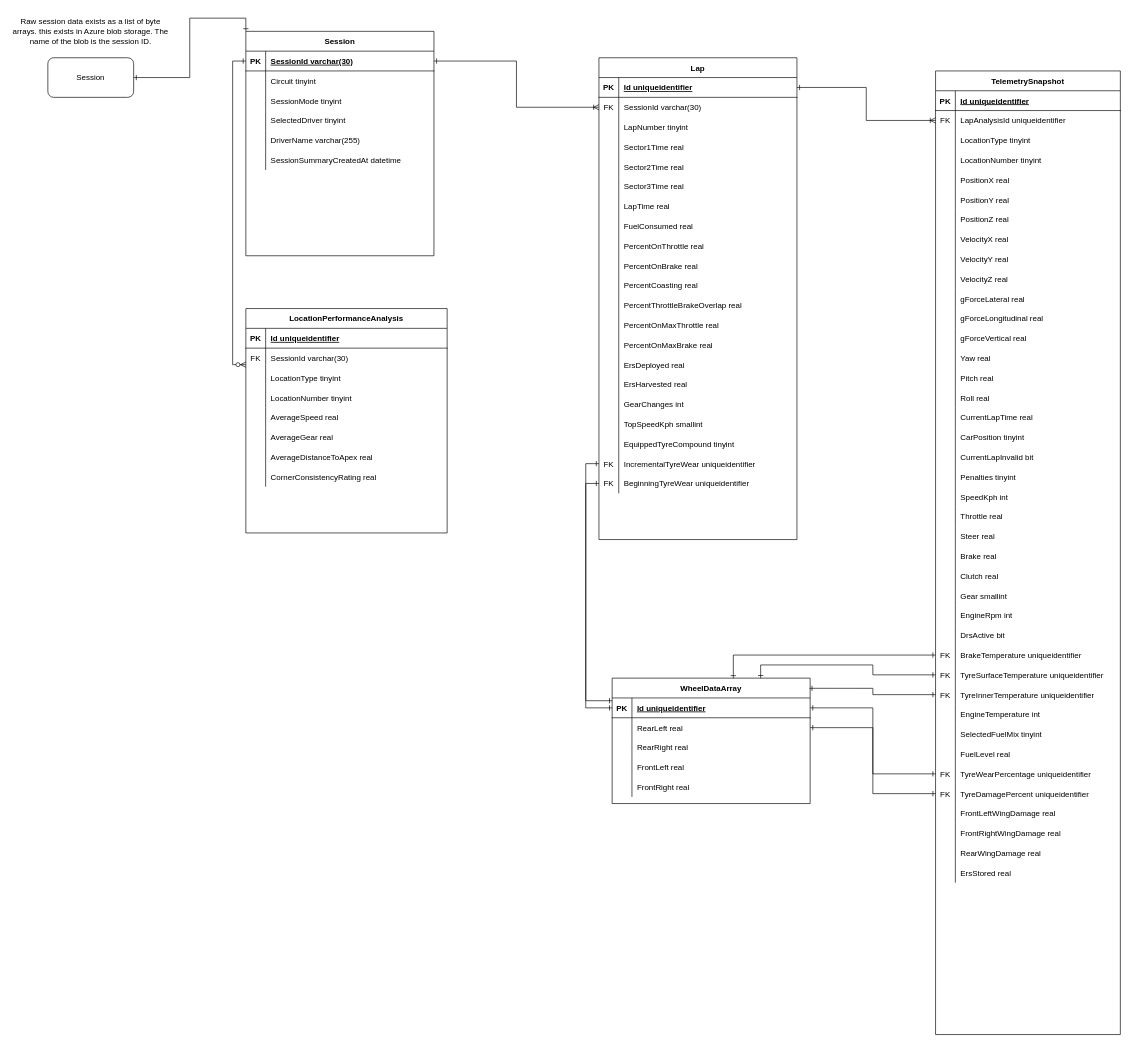
Earlier version of the draw.io diagram page "Sessions" (1 of 2) of Cloud Storage Maps/ApexVisualSqlErd.drawio (TimHanewich/ApexVisual.F1_2020). Source tidied: cells renumbered, new cells numbered last; positions are measured from the earlier drawing's top-left corner, leaving out a move shared by most shapes. Both pictures are drawn from the tidied source at 66%, with x=0, y=0 at pixel (11, 11).
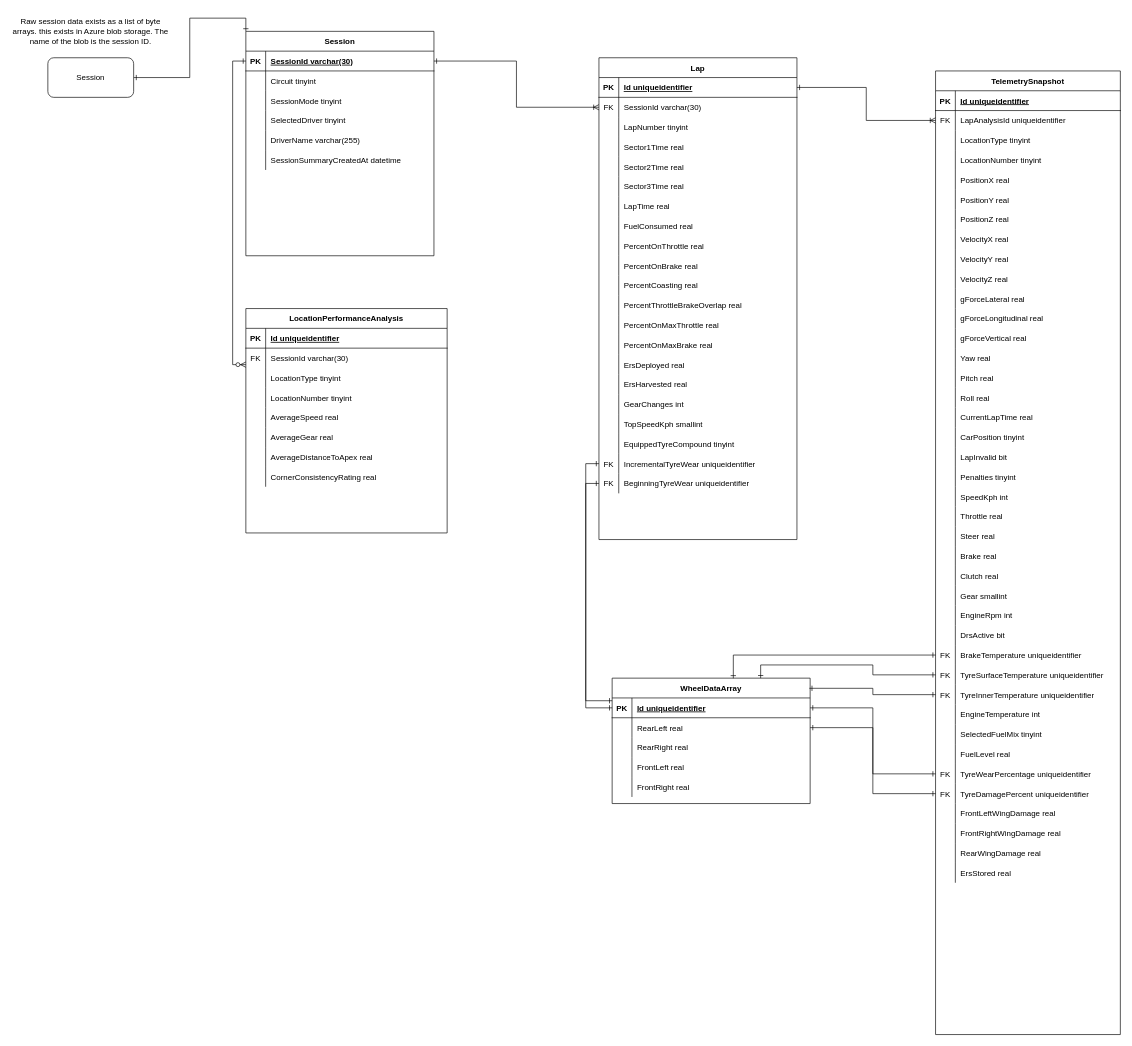
The same page after the edit.

Commit message:
Renamed LapInvalid field

The change refers to these unchanged cells:
```xml
<mxCell id="57" style="shape=partialRectangle;fillColor=none;top=0;left=0;bottom=0;right=0;" parent="2" vertex="1">
  <mxGeometry y="570" width="280" height="30" as="geometry" />
</mxCell>
```

Change to the diagram source:
```diff
@@
-    <mxCell id="59" value="CurrentLapInvalid bit" style="shape=partialRectangle;fillColor=none;top=0;left=0;bottom=0;right=0;align=left;spacingLeft=6;overflow=hidden;" parent="57" vertex="1">
+    <mxCell id="59" value="LapInvalid bit" style="shape=partialRectangle;fillColor=none;top=0;left=0;bottom=0;right=0;align=left;spacingLeft=6;overflow=hidden;" parent="57" vertex="1">
       <mxGeometry x="30" width="250" height="30" as="geometry" />
     </mxCell>
```
